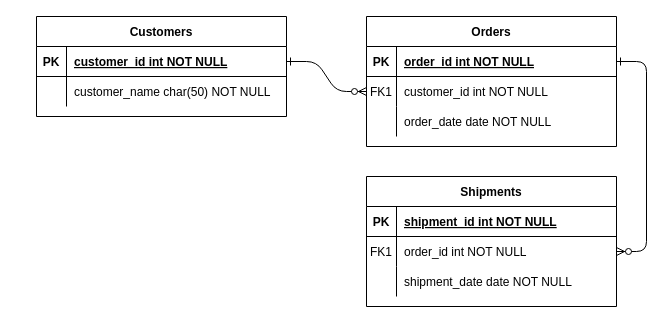
Before: Database Design Document.drawio in Kascod/first-repo, a draw.io diagram. Source tidied: cells renumbered, new cells numbered last; positions are measured from the earlier drawing's top-left corner, leaving out a move shared by most shapes. Both pictures are drawn from the tidied source at 100%, with x=0, y=0 at pixel (36, 16).
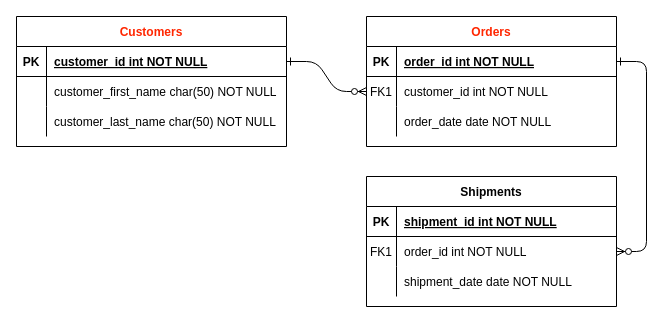
Above is the later version.

Change to the diagram source:
```diff
@@
-    <mxCell id="4" value="Orders" style="shape=table;startSize=30;childLayout=tableLayout;rowLines=0;fontStyle=1;align=center;" parent="1" vertex="1">
+    <mxCell id="4" value="Orders" style="shape=table;startSize=30;childLayout=tableLayout;rowLines=0;fontStyle=1;align=center;fontColor=#ff2600;" parent="1" vertex="1">
       <mxGeometry x="330" width="250" height="130" as="geometry" />
     </mxCell>
@@
-    <mxCell id="24" value="Customers" style="shape=table;startSize=30;childLayout=tableLayout;rowLines=0;fontStyle=1;align=center;" parent="1" vertex="1">
-      <mxGeometry width="250" height="100" as="geometry" />
+    <mxCell id="24" value="Customers" style="shape=table;startSize=30;childLayout=tableLayout;rowLines=0;fontStyle=1;align=center;fontColor=#ff2600;" parent="1" vertex="1">
+      <mxGeometry x="-20" width="270" height="130" as="geometry" />
     </mxCell>
     <mxCell id="25" style="shape=partialRectangle;fillColor=none;points=[[0,0.5],[1,0.5]];portConstraint=eastwest;top=0;left=0;right=0;bottom=1;" parent="24" vertex="1">
-      <mxGeometry y="30" width="250" height="30" as="geometry" />
+      <mxGeometry y="30" width="270" height="30" as="geometry" />
     </mxCell>
@@
     <mxCell id="27" value="customer_id int NOT NULL " style="shape=partialRectangle;overflow=hidden;fillColor=none;top=0;left=0;bottom=0;right=0;align=left;spacingLeft=6;fontStyle=5;" parent="25" vertex="1">
-      <mxGeometry x="30" width="220" height="30" as="geometry" />
+      <mxGeometry x="30" width="240" height="30" as="geometry" />
     </mxCell>
     <mxCell id="28" style="shape=partialRectangle;fillColor=none;top=0;left=0;right=0;bottom=0;" parent="24" vertex="1">
-      <mxGeometry y="60" width="250" height="30" as="geometry" />
+      <mxGeometry y="60" width="270" height="30" as="geometry" />
     </mxCell>
@@
-    <mxCell id="30" value="customer_name char(50) NOT NULL" style="shape=partialRectangle;overflow=hidden;fillColor=none;top=0;left=0;bottom=0;right=0;align=left;spacingLeft=6;" parent="28" vertex="1">
-      <mxGeometry x="30" width="220" height="30" as="geometry" />
+    <mxCell id="30" value="customer_first_name char(50) NOT NULL" style="shape=partialRectangle;overflow=hidden;fillColor=none;top=0;left=0;bottom=0;right=0;align=left;spacingLeft=6;" parent="28" vertex="1">
+      <mxGeometry x="30" width="240" height="30" as="geometry" />
     </mxCell>
+    <mxCell id="31" style="shape=partialRectangle;fillColor=none;top=0;left=0;right=0;bottom=0;" parent="24" vertex="1">
+      <mxGeometry y="90" width="270" height="30" as="geometry" />
+    </mxCell>
+    <mxCell id="32" style="shape=partialRectangle;overflow=hidden;fillColor=none;top=0;left=0;bottom=0;right=0;" parent="31" vertex="1">
+      <mxGeometry width="30" height="30" as="geometry" />
+    </mxCell>
+    <mxCell id="33" value="customer_last_name char(50) NOT NULL" style="shape=partialRectangle;overflow=hidden;fillColor=none;top=0;left=0;bottom=0;right=0;align=left;spacingLeft=6;" parent="31" vertex="1">
+      <mxGeometry x="30" width="240" height="30" as="geometry" />
+    </mxCell>
```
